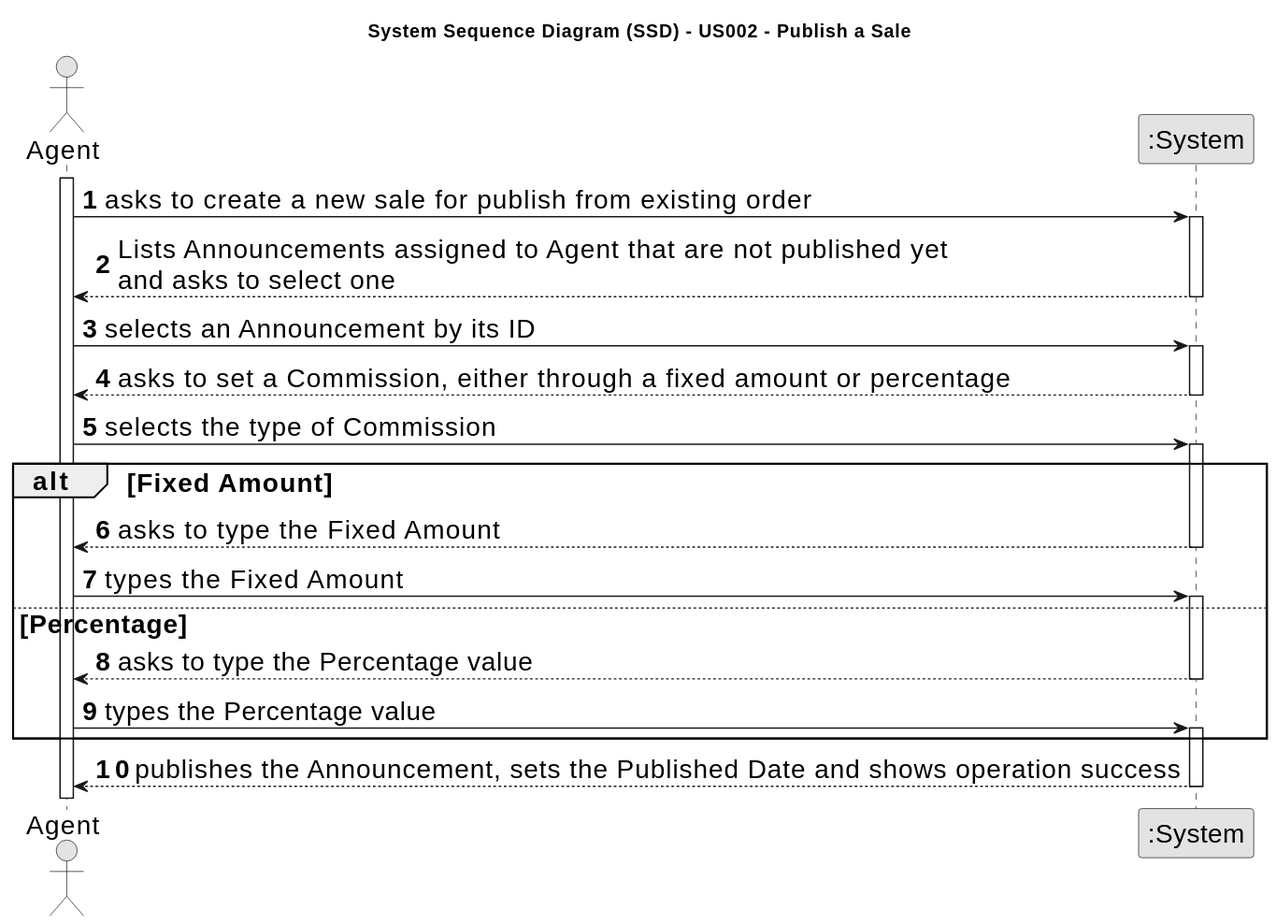
Before: docs/sprintD/us002/01.requirements-engineering/svg/us002-system-sequence-diagram-alternative-two.svg, a diagram exported from PlantUML (Goncalves2525/real-estate-management-system).
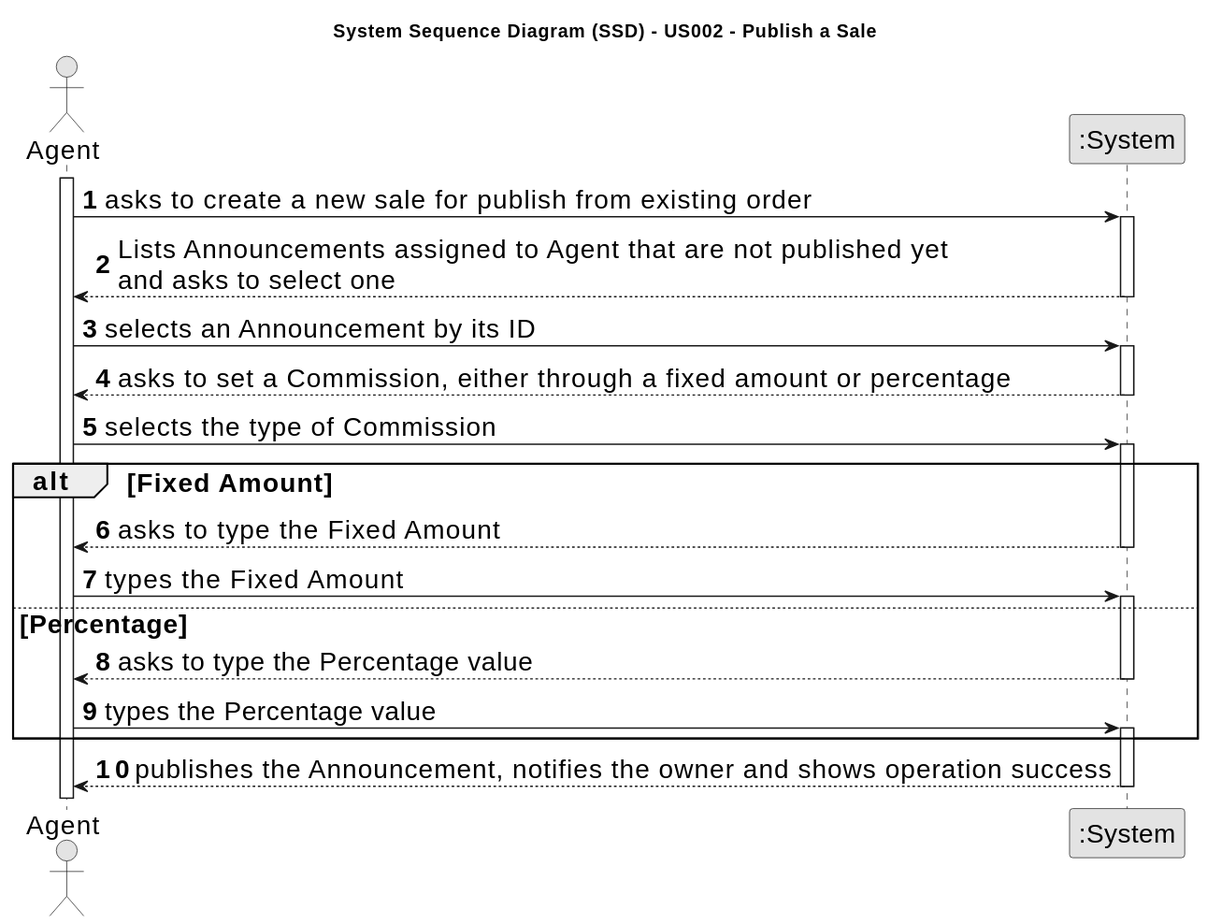
Later version of the same file.

Diff of the diagram source:
```diff
@@ -43,6 +43,6 @@
 end
 
 
-System --> Agent : publishes the Announcement, sets the Published Date and shows operation success
+System --> Agent : publishes the Announcement, notifies the owner and shows operation success
 deactivate System
 @enduml
```
